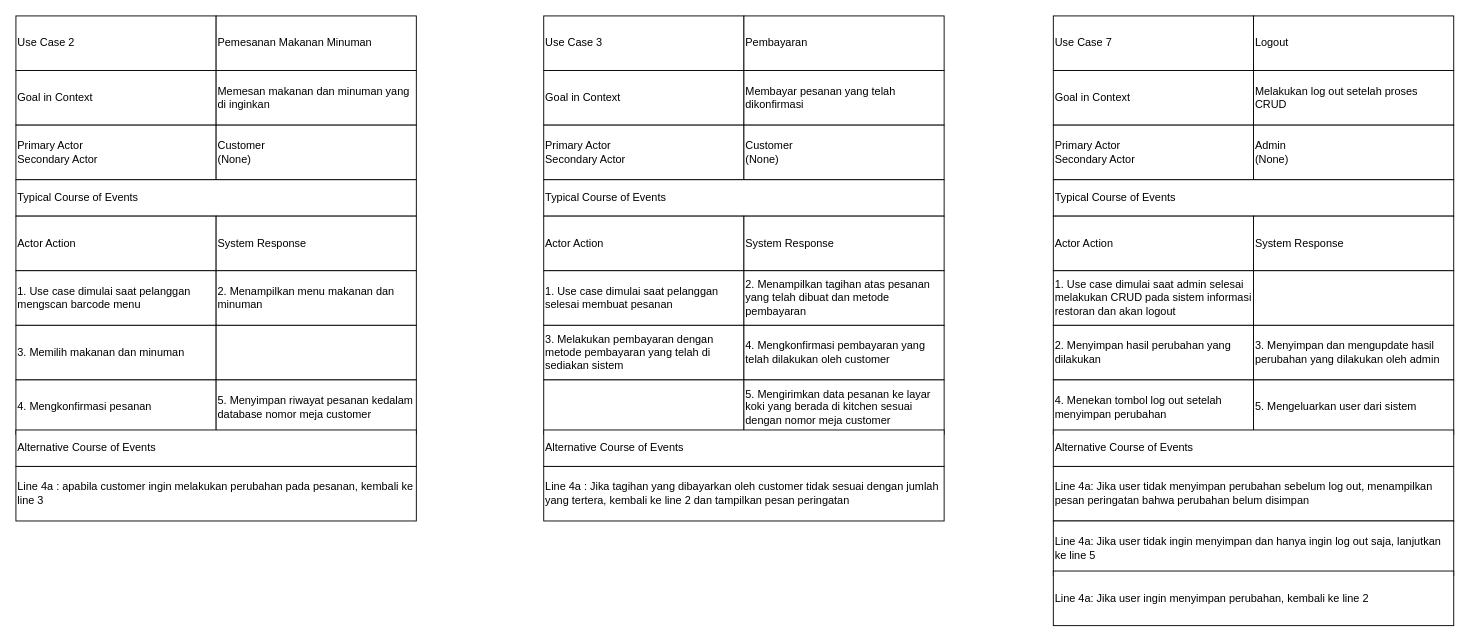
Before: Pembayaran.drawio in CorotDesu/Vincent-IF-PAGI2, a draw.io diagram. Source tidied: cells renumbered, new cells numbered last; positions are measured from the earlier drawing's top-left corner, leaving out a move shared by most shapes. Both pictures are drawn from the tidied source at 91%, with x=0, y=0 at pixel (15, 15).
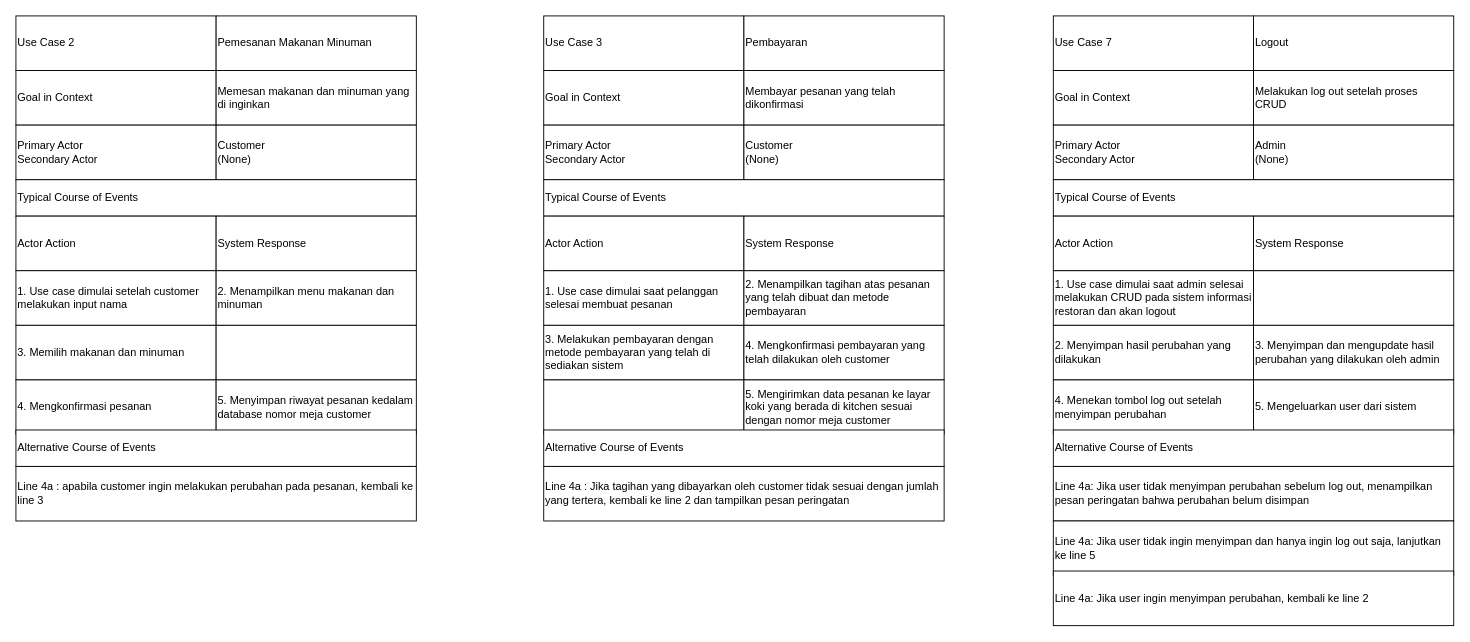
Above is the later version.

Change to the diagram source:
```diff
@@
-    <mxCell id="11" value="1. Use case dimulai saat pelanggan mengscan barcode menu&amp;nbsp;" style="rounded=0;whiteSpace=wrap;html=1;align=left;" parent="1" vertex="1">
+    <mxCell id="11" value="1. Use case dimulai setelah customer melakukan input nama&amp;nbsp;" style="rounded=0;whiteSpace=wrap;html=1;align=left;" parent="1" vertex="1">
       <mxGeometry y="280" width="220" height="60" as="geometry" />
     </mxCell>
```
